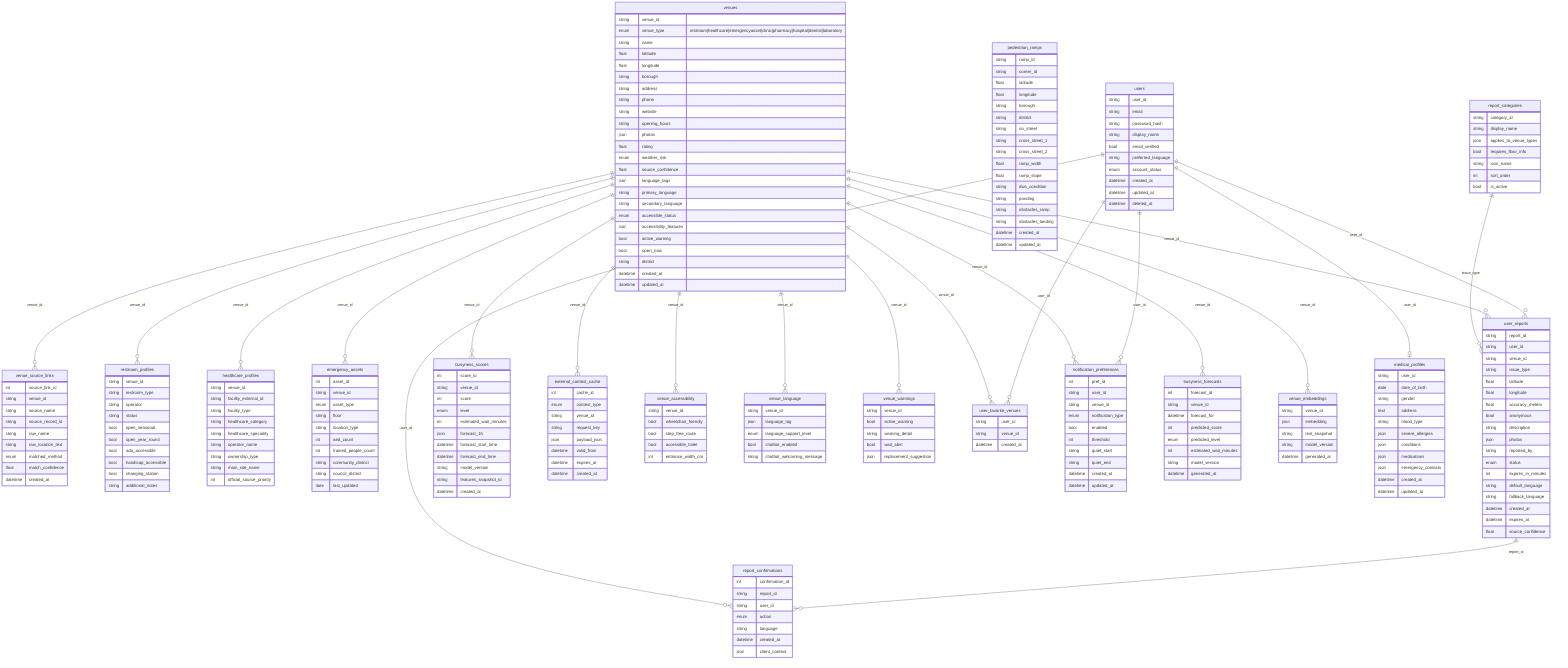
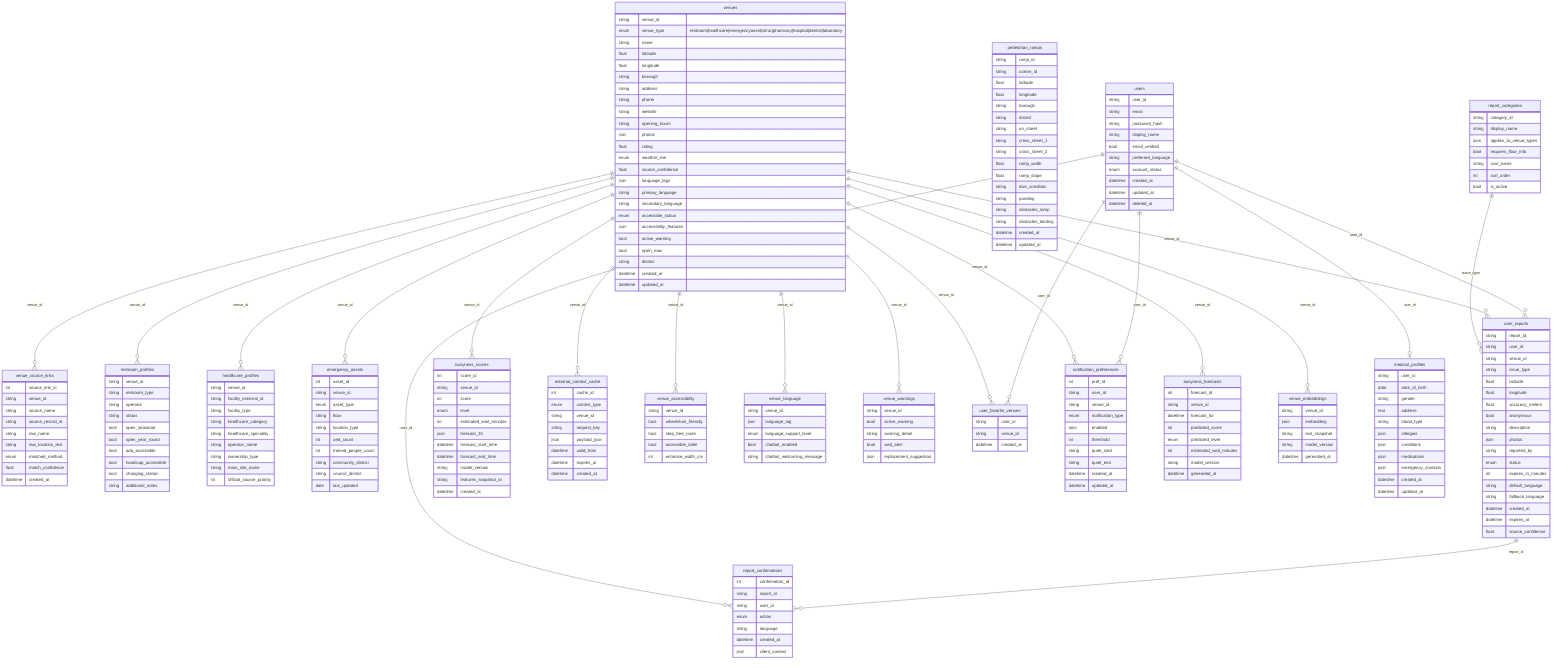
erDiagram

    %% ClearPath DB — 20 tables, 190 columns

    venues {
        string venue_id
        enum venue_type "restroom|healthcare|emergencyasset|clinic|pharmacy|hospital|dentist|laboratory"
        string name
        float latitude
        float longitude
        string borough
        string address
        string phone
        string website
        string opening_hours
        json photos
        float rating
        enum weather_risk
        float source_confidence
        json language_tags
        string primary_language
        string secondary_language
        enum accessible_status
        json accessibility_features
        bool active_warning
        bool open_now
        string district
        datetime created_at
        datetime updated_at
    }

    venue_source_links {
        int source_link_id
        string venue_id
        string source_name
        string source_record_id
        string raw_name
        string raw_location_text
        enum matched_method
        float match_confidence
        datetime created_at
    }

    restroom_profiles {
        string venue_id
        string restroom_type
        string operator
        string status
        bool open_seasonal
        bool open_year_round
        bool ada_accessible
        bool handicap_accessible
        bool changing_station
        string additional_notes
    }

    healthcare_profiles {
        string venue_id
        string facility_external_id
        string facility_type
        string healthcare_category
        string healthcare_speciality
        string operator_name
        string ownership_type
        string main_site_name
        int official_source_priority
    }

    emergency_assets {
        int asset_id
        string venue_id
        enum asset_type
        string floor
        string location_type
        int aed_count
        int trained_people_count
        string community_district
        string council_district
        date last_updated
    }

    pedestrian_ramps {
        string ramp_id
        string corner_id
        float latitude
        float longitude
        string borough
        string district
        string on_street
        string cross_street_1
        string cross_street_2
        float ramp_width
        float ramp_slope
        string dws_condition
        string ponding
        string obstacles_ramp
        string obstacles_landing
        datetime created_at
        datetime updated_at
    }

    user_reports {
        string report_id
        string user_id
        string venue_id
        string issue_type
        float latitude
        float longitude
        float accuracy_meters
        bool anonymous
        string description
        json photos
        string reported_by
        enum status
        int expires_in_minutes
        string default_language
        string fallback_language
        datetime created_at
        datetime expires_at
        float source_confidence
    }

    report_confirmations {
        int confirmation_id
        string report_id
        string user_id
        enum action
        string language
        datetime created_at
        json client_context
    }

    busyness_scores {
        int score_id
        string venue_id
        int score
        enum level
        int estimated_wait_minutes
        json forecast_1h
        datetime forecast_start_time
        datetime forecast_end_time
        string model_version
        string features_snapshot_id
        datetime created_at
    }

    external_context_cache {
        int cache_id
        enum context_type
        string venue_id
        string request_key
        json payload_json
        datetime valid_from
        datetime expires_at
        datetime created_at
    }

    venue_accessibility {
        string venue_id
        bool wheelchair_friendly
        bool step_free_route
        bool accessible_toilet
        int entrance_width_cm
    }

    venue_language {
        string venue_id
        json language_tag
        enum language_support_level
        bool chatbot_enabled
        string chatbot_welcoming_message
    }

    venue_warnings {
        string venue_id
        bool active_warning
        string warning_detail
        bool wait_alert
        json replacement_suggestion
    }

    users {
        string user_id
        string email
        string password_hash
        string display_name
        bool email_verified
        string preferred_language
        enum account_status
        datetime created_at
        datetime updated_at
        datetime deleted_at
    }

    user_favorite_venues {
        string user_id
        string venue_id
        datetime created_at
    }

    notification_preferences {
        int pref_id
        string user_id
        string venue_id
        enum notification_type
        bool enabled
        int threshold
        string quiet_start
        string quiet_end
        datetime created_at
        datetime updated_at
    }

    report_categories {
        string category_id
        string display_name
        json applies_to_venue_types
        bool requires_floor_info
        string icon_name
        int sort_order
        bool is_active
    }

    busyness_forecasts {
        int forecast_id
        string venue_id
        datetime forecast_for
        int predicted_score
        enum predicted_level
        int estimated_wait_minutes
        string model_version
        datetime generated_at
    }

    venue_embeddings {
        string venue_id
        json embedding
        string text_snapshot
        string model_version
        datetime generated_at
    }

    medical_profiles {
        string user_id
        date date_of_birth
        string gender
        text address
        string blood_type
-         json severe_allergies
+         json allergies
        json conditions
        json medications
        json emergency_contacts
        datetime created_at
        datetime updated_at
    }

    %% Relationships
    venues ||--o{ venue_source_links : "venue_id"
    venues ||--o{ restroom_profiles : "venue_id"
    venues ||--o{ healthcare_profiles : "venue_id"
    venues ||--o{ emergency_assets : "venue_id"
    users ||--o{ user_reports : "user_id"
    venues ||--o{ user_reports : "venue_id"
    report_categories ||--o{ user_reports : "issue_type"
    user_reports ||--o{ report_confirmations : "report_id"
    users ||--o{ report_confirmations : "user_id"
    users ||--o| medical_profiles : "user_id"
    venues ||--o{ busyness_scores : "venue_id"
    venues ||--o{ external_context_cache : "venue_id"
    venues ||--o{ venue_accessibility : "venue_id"
    venues ||--o{ venue_language : "venue_id"
    venues ||--o{ venue_warnings : "venue_id"
    users ||--o{ user_favorite_venues : "user_id"
    venues ||--o{ user_favorite_venues : "venue_id"
    users ||--o{ notification_preferences : "user_id"
    venues ||--o{ notification_preferences : "venue_id"
    venues ||--o{ busyness_forecasts : "venue_id"
    venues ||--o{ venue_embeddings : "venue_id"
